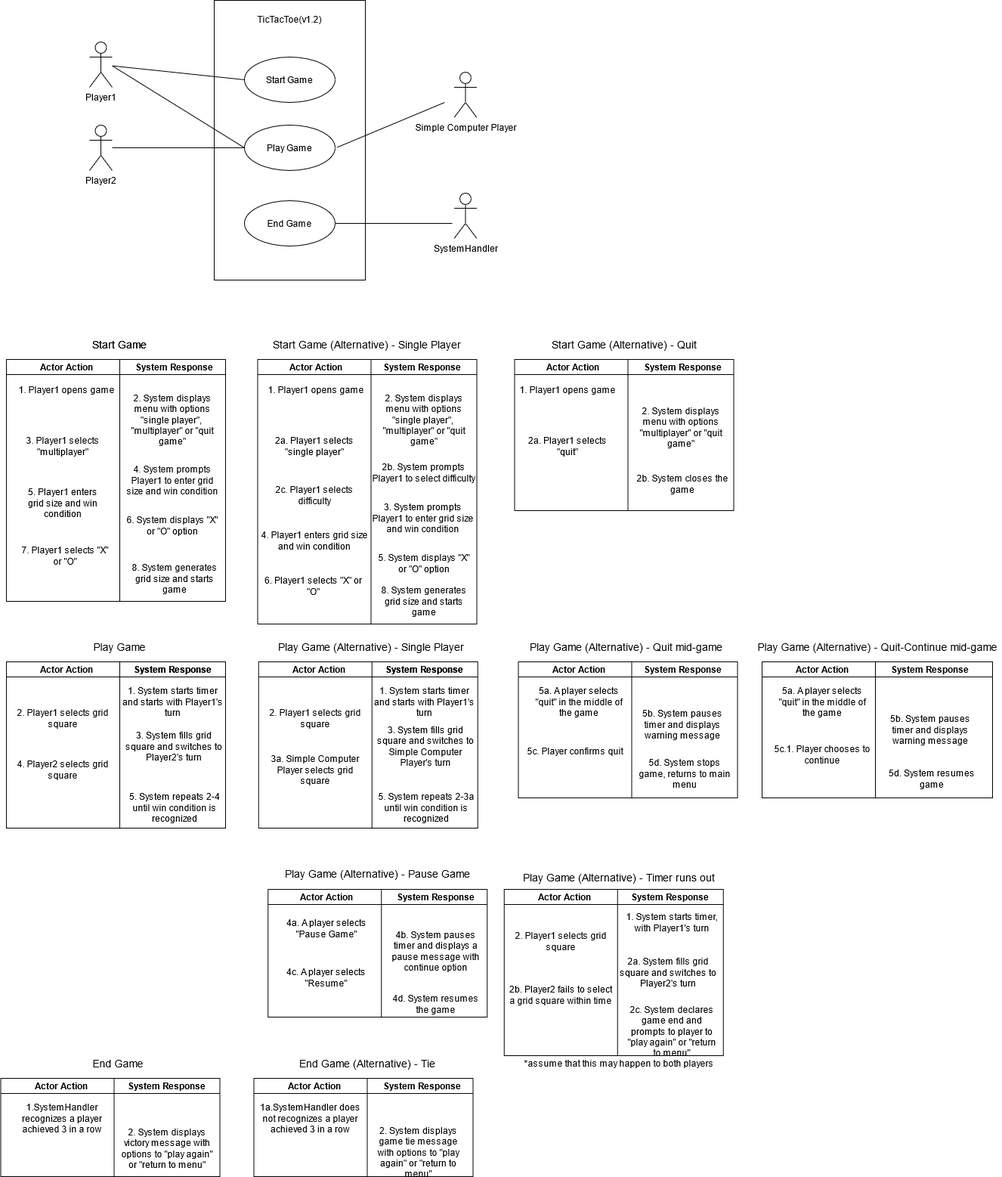
This is PA4/Diagrams/UseCaseDiagram.png from jeremiahbaclig/Software-Engineering, a draw.io export, as it was before one commit. Source tidied: cells renumbered, new cells last; positions are measured from the earlier drawing's top-left corner, leaving out a move shared by most shapes.
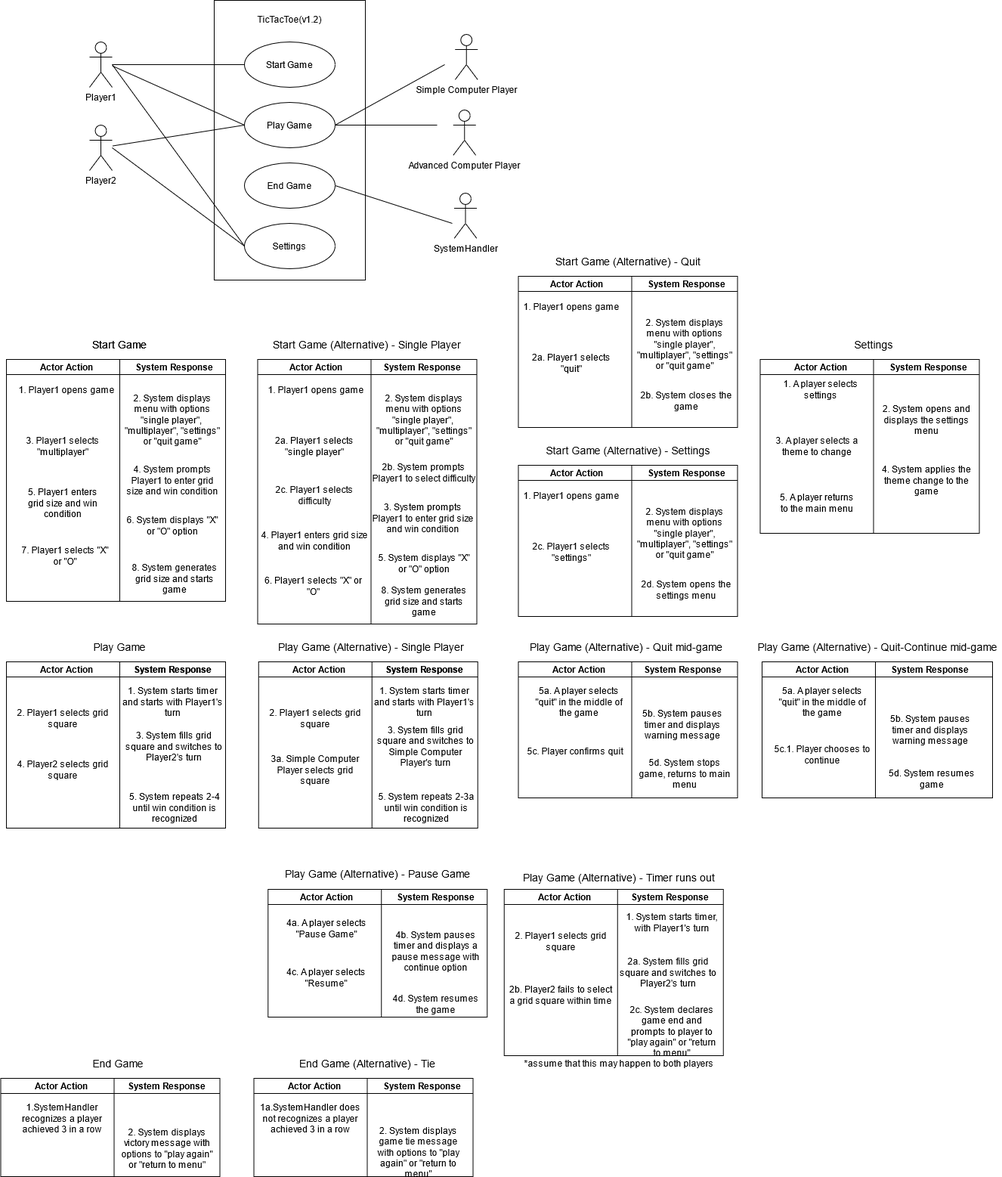
Later version of the same file.

Commit message:
updated sequence and use case diagrams

What changed in the source:
```diff
@@ -18,13 +18,13 @@
       <mxGeometry x="308" width="150" height="20" as="geometry" />
     </mxCell>
     <mxCell id="7" value="Start Game" style="ellipse;whiteSpace=wrap;html=1;" parent="1" vertex="1">
-      <mxGeometry x="323" y="60" width="120" height="60" as="geometry" />
+      <mxGeometry x="323" y="40" width="120" height="60" as="geometry" />
     </mxCell>
     <mxCell id="8" value="Play Game" style="ellipse;whiteSpace=wrap;html=1;" parent="1" vertex="1">
-      <mxGeometry x="323" y="150" width="120" height="60" as="geometry" />
+      <mxGeometry x="323" y="120" width="120" height="60" as="geometry" />
     </mxCell>
     <mxCell id="9" value="End Game" style="ellipse;whiteSpace=wrap;html=1;" parent="1" vertex="1">
-      <mxGeometry x="323" y="250" width="120" height="60" as="geometry" />
+      <mxGeometry x="323" y="200" width="120" height="60" as="geometry" />
     </mxCell>
     <mxCell id="10" style="endArrow=none;html=1;entryX=0;entryY=0.5;entryDx=0;entryDy=0;" parent="1" edge="1" source="2" target="7">
       <mxGeometry relative="1" as="geometry" />
@@ -54,7 +54,7 @@
     <mxCell id="17" value="1. Player1 opens game" style="text;html=1;strokeColor=none;fillColor=none;align=center;verticalAlign=middle;whiteSpace=wrap;rounded=0;" parent="1" vertex="1">
       <mxGeometry x="18" y="490" width="140" height="20" as="geometry" />
     </mxCell>
-    <mxCell id="18" value="2. System displays menu with options &quot;single player&quot;,&amp;nbsp; &quot;multiplayer&quot; or &quot;quit game&quot;" style="text;html=1;strokeColor=none;fillColor=none;align=center;verticalAlign=middle;whiteSpace=wrap;rounded=0;" parent="1" vertex="1">
+    <mxCell id="18" value="2. System displays menu with options &quot;single player&quot;,&amp;nbsp; &quot;multiplayer&quot;, &quot;settings&quot; or &quot;quit game&quot;" style="text;html=1;strokeColor=none;fillColor=none;align=center;verticalAlign=middle;whiteSpace=wrap;rounded=0;" parent="1" vertex="1">
       <mxGeometry x="163" y="500" width="130" height="80" as="geometry" />
     </mxCell>
     <mxCell id="19" value="3. Player1 selects &quot;multiplayer&quot;" style="text;html=1;strokeColor=none;fillColor=none;align=center;verticalAlign=middle;whiteSpace=wrap;rounded=0;" parent="1" vertex="1">
@@ -76,31 +76,31 @@
       <mxGeometry x="165.5" y="710" width="130" height="80" as="geometry" />
     </mxCell>
     <mxCell id="25" style="shape=internalStorage;whiteSpace=wrap;html=1;backgroundOutline=1;dx=150;dy=20;" parent="1" vertex="1">
-      <mxGeometry x="680.5" y="460" width="290" height="200" as="geometry" />
+      <mxGeometry x="685.5" y="350" width="290" height="200" as="geometry" />
     </mxCell>
     <mxCell id="26" value="&lt;b&gt;Actor Action&lt;/b&gt;" style="text;html=1;strokeColor=none;fillColor=none;align=center;verticalAlign=middle;whiteSpace=wrap;rounded=0;" parent="1" vertex="1">
-      <mxGeometry x="708" y="460" width="100" height="20" as="geometry" />
+      <mxGeometry x="713" y="350" width="100" height="20" as="geometry" />
     </mxCell>
     <mxCell id="27" value="&lt;b&gt;System Response&lt;/b&gt;" style="text;html=1;strokeColor=none;fillColor=none;align=center;verticalAlign=middle;whiteSpace=wrap;rounded=0;" parent="1" vertex="1">
-      <mxGeometry x="835.5" y="460" width="135" height="20" as="geometry" />
+      <mxGeometry x="840.5" y="350" width="135" height="20" as="geometry" />
     </mxCell>
     <mxCell id="28" value="&lt;font style=&quot;font-size: 14px&quot;&gt;Start Game&lt;/font&gt;" style="text;html=1;strokeColor=none;fillColor=none;align=center;verticalAlign=middle;whiteSpace=wrap;rounded=0;" parent="1" vertex="1">
       <mxGeometry x="108" y="430" width="100" height="20" as="geometry" />
     </mxCell>
     <mxCell id="29" value="&lt;font style=&quot;font-size: 14px&quot;&gt;Start G&lt;/font&gt;&lt;font style=&quot;font-size: 14px&quot;&gt;ame (Alternative) - Quit&lt;/font&gt; " style="text;html=1;strokeColor=none;fillColor=none;align=center;verticalAlign=middle;whiteSpace=wrap;rounded=0;" parent="1" vertex="1">
-      <mxGeometry x="725.5" y="430" width="200" height="20" as="geometry" />
+      <mxGeometry x="730.5" y="320" width="200" height="20" as="geometry" />
     </mxCell>
     <mxCell id="30" value="1. Player1 opens game" style="text;html=1;strokeColor=none;fillColor=none;align=center;verticalAlign=middle;whiteSpace=wrap;rounded=0;" parent="1" vertex="1">
-      <mxGeometry x="680.5" y="490" width="140" height="20" as="geometry" />
+      <mxGeometry x="685.5" y="380" width="140" height="20" as="geometry" />
     </mxCell>
-    <mxCell id="31" value="2. System displays menu with options &quot;multiplayer&quot; or &quot;quit game&quot;" style="text;html=1;strokeColor=none;fillColor=none;align=center;verticalAlign=middle;whiteSpace=wrap;rounded=0;" parent="1" vertex="1">
-      <mxGeometry x="835.5" y="510" width="130" height="80" as="geometry" />
+    <mxCell id="31" value="2. System displays menu with options &quot;single player&quot;, &quot;multiplayer&quot;, &quot;settings&quot; or &quot;quit game&quot;" style="text;html=1;strokeColor=none;fillColor=none;align=center;verticalAlign=middle;whiteSpace=wrap;rounded=0;" parent="1" vertex="1">
+      <mxGeometry x="840.5" y="400" width="130" height="80" as="geometry" />
     </mxCell>
     <mxCell id="32" value="2a. Player1 selects &quot;quit&quot;" style="text;html=1;strokeColor=none;fillColor=none;align=center;verticalAlign=middle;whiteSpace=wrap;rounded=0;" parent="1" vertex="1">
-      <mxGeometry x="685.5" y="550" width="130" height="50" as="geometry" />
+      <mxGeometry x="690.5" y="440" width="130" height="50" as="geometry" />
     </mxCell>
     <mxCell id="33" value="2b. System closes the game" style="text;html=1;strokeColor=none;fillColor=none;align=center;verticalAlign=middle;whiteSpace=wrap;rounded=0;" parent="1" vertex="1">
-      <mxGeometry x="838" y="600" width="130" height="50" as="geometry" />
+      <mxGeometry x="843" y="490" width="130" height="50" as="geometry" />
     </mxCell>
     <mxCell id="34" style="shape=internalStorage;whiteSpace=wrap;html=1;backgroundOutline=1;dx=150;dy=20;" parent="1" vertex="1">
       <mxGeometry x="8" y="860" width="290" height="220" as="geometry" />
@@ -274,12 +274,11 @@
       <mxGeometry x="649.2" y="1381" width="340" height="20" as="geometry" />
     </mxCell>
     <mxCell id="91" value="&lt;div&gt;Simple Computer Player&lt;/div&gt;&lt;div&gt;&lt;br&gt;&lt;/div&gt;" style="shape=umlActor;verticalLabelPosition=bottom;verticalAlign=top;html=1;" parent="1" vertex="1">
-      <mxGeometry x="600.5" y="80" width="30" height="60" as="geometry" />
+      <mxGeometry x="601.8" y="30" width="30" height="60" as="geometry" />
     </mxCell>
-    <mxCell id="92" style="endArrow=none;html=1;entryX=1;entryY=0.5;entryDx=0;entryDy=0;" parent="1" edge="1">
+    <mxCell id="92" style="endArrow=none;html=1;entryX=1;entryY=0.5;entryDx=0;entryDy=0;" parent="1" edge="1" target="8">
       <mxGeometry relative="1" as="geometry">
-        <mxPoint x="588" y="120" as="sourcePoint" />
-        <mxPoint x="445.5" y="179.5" as="targetPoint" />
+        <mxPoint x="588" y="70" as="sourcePoint" />
       </mxGeometry>
     </mxCell>
     <mxCell id="93" style="shape=internalStorage;whiteSpace=wrap;html=1;backgroundOutline=1;dx=150;dy=20;" parent="1" vertex="1">
@@ -297,7 +296,7 @@
     <mxCell id="97" value="1. Player1 opens game" style="text;html=1;strokeColor=none;fillColor=none;align=center;verticalAlign=middle;whiteSpace=wrap;rounded=0;" parent="1" vertex="1">
       <mxGeometry x="348" y="490" width="140" height="20" as="geometry" />
     </mxCell>
-    <mxCell id="98" value="2. System displays menu with options &quot;single player&quot;,&amp;nbsp; &quot;multiplayer&quot; or &quot;quit game&quot;" style="text;html=1;strokeColor=none;fillColor=none;align=center;verticalAlign=middle;whiteSpace=wrap;rounded=0;" parent="1" vertex="1">
+    <mxCell id="98" value="2. System displays menu with options &quot;single player&quot;,&amp;nbsp; &quot;multiplayer&quot;, &quot;settings&quot; or &quot;quit game&quot;" style="text;html=1;strokeColor=none;fillColor=none;align=center;verticalAlign=middle;whiteSpace=wrap;rounded=0;" parent="1" vertex="1">
       <mxGeometry x="495.5" y="500" width="130" height="80" as="geometry" />
     </mxCell>
     <mxCell id="99" value="2a. Player1 selects &quot;single player&quot;" style="text;html=1;strokeColor=none;fillColor=none;align=center;verticalAlign=middle;whiteSpace=wrap;rounded=0;" parent="1" vertex="1">
@@ -354,5 +353,77 @@
     <mxCell id="116" value="&lt;b&gt;System Response&lt;/b&gt;" style="text;html=1;strokeColor=none;fillColor=none;align=center;verticalAlign=middle;whiteSpace=wrap;rounded=0;" parent="1" vertex="1">
       <mxGeometry x="494.2" y="860" width="135" height="20" as="geometry" />
     </mxCell>
+    <mxCell id="117" value="&lt;div&gt;Settings&lt;/div&gt;" style="ellipse;whiteSpace=wrap;html=1;" parent="1" vertex="1">
+      <mxGeometry x="323" y="280" width="120" height="60" as="geometry" />
+    </mxCell>
+    <mxCell id="118" style="endArrow=none;html=1;entryX=0;entryY=0.5;entryDx=0;entryDy=0;" parent="1" edge="1" target="117">
+      <mxGeometry relative="1" as="geometry">
+        <mxPoint x="148" y="70" as="sourcePoint" />
+      </mxGeometry>
+    </mxCell>
+    <mxCell id="119" style="endArrow=none;html=1;entryX=0;entryY=0.5;entryDx=0;entryDy=0;" parent="1" edge="1" target="117">
+      <mxGeometry relative="1" as="geometry">
+        <mxPoint x="148" y="180" as="sourcePoint" />
+      </mxGeometry>
+    </mxCell>
+    <mxCell id="120" value="&lt;div&gt;Advanced Computer Player&lt;/div&gt;&lt;div&gt;&lt;br&gt;&lt;/div&gt;" style="shape=umlActor;verticalLabelPosition=bottom;verticalAlign=top;html=1;" parent="1" vertex="1">
+      <mxGeometry x="599.2" y="130" width="30" height="60" as="geometry" />
+    </mxCell>
+    <mxCell id="121" style="endArrow=none;html=1;entryX=1;entryY=0.5;entryDx=0;entryDy=0;" parent="1" edge="1" target="8">
+      <mxGeometry relative="1" as="geometry">
+        <mxPoint x="578" y="150" as="sourcePoint" />
+      </mxGeometry>
+    </mxCell>
+    <mxCell id="122" style="shape=internalStorage;whiteSpace=wrap;html=1;backgroundOutline=1;dx=150;dy=20;" parent="1" vertex="1">
+      <mxGeometry x="685.5" y="600" width="290" height="200" as="geometry" />
+    </mxCell>
+    <mxCell id="123" value="&lt;b&gt;Actor Action&lt;/b&gt;" style="text;html=1;strokeColor=none;fillColor=none;align=center;verticalAlign=middle;whiteSpace=wrap;rounded=0;" parent="1" vertex="1">
+      <mxGeometry x="713" y="600" width="100" height="20" as="geometry" />
+    </mxCell>
+    <mxCell id="124" value="&lt;b&gt;System Response&lt;/b&gt;" style="text;html=1;strokeColor=none;fillColor=none;align=center;verticalAlign=middle;whiteSpace=wrap;rounded=0;" parent="1" vertex="1">
+      <mxGeometry x="840.5" y="600" width="135" height="20" as="geometry" />
+    </mxCell>
+    <mxCell id="125" value="&lt;font style=&quot;font-size: 14px&quot;&gt;Start G&lt;/font&gt;&lt;font style=&quot;font-size: 14px&quot;&gt;ame (Alternative) - Settings&lt;/font&gt; " style="text;html=1;strokeColor=none;fillColor=none;align=center;verticalAlign=middle;whiteSpace=wrap;rounded=0;" parent="1" vertex="1">
+      <mxGeometry x="716.8" y="570" width="227.5" height="20" as="geometry" />
+    </mxCell>
+    <mxCell id="126" value="1. Player1 opens game" style="text;html=1;strokeColor=none;fillColor=none;align=center;verticalAlign=middle;whiteSpace=wrap;rounded=0;" parent="1" vertex="1">
+      <mxGeometry x="685.5" y="630" width="140" height="20" as="geometry" />
+    </mxCell>
+    <mxCell id="127" value="2. System displays menu with options &quot;single player&quot;, &quot;multiplayer&quot;, &quot;settings&quot; or &quot;quit game&quot;" style="text;html=1;strokeColor=none;fillColor=none;align=center;verticalAlign=middle;whiteSpace=wrap;rounded=0;" parent="1" vertex="1">
+      <mxGeometry x="840.5" y="650" width="130" height="80" as="geometry" />
+    </mxCell>
+    <mxCell id="128" value="2c. Player1 selects &quot;settings&quot;" style="text;html=1;strokeColor=none;fillColor=none;align=center;verticalAlign=middle;whiteSpace=wrap;rounded=0;" parent="1" vertex="1">
+      <mxGeometry x="690.5" y="690" width="130" height="50" as="geometry" />
+    </mxCell>
+    <mxCell id="129" value="2d. System opens the settings menu" style="text;html=1;strokeColor=none;fillColor=none;align=center;verticalAlign=middle;whiteSpace=wrap;rounded=0;" parent="1" vertex="1">
+      <mxGeometry x="843" y="740" width="130" height="50" as="geometry" />
+    </mxCell>
+    <mxCell id="130" style="shape=internalStorage;whiteSpace=wrap;html=1;backgroundOutline=1;dx=150;dy=20;" parent="1" vertex="1">
+      <mxGeometry x="1005.5" y="460" width="290" height="230" as="geometry" />
+    </mxCell>
+    <mxCell id="131" value="&lt;b&gt;Actor Action&lt;/b&gt;" style="text;html=1;strokeColor=none;fillColor=none;align=center;verticalAlign=middle;whiteSpace=wrap;rounded=0;" parent="1" vertex="1">
+      <mxGeometry x="1035.5" y="460" width="100" height="20" as="geometry" />
+    </mxCell>
+    <mxCell id="132" value="&lt;b&gt;System Response&lt;/b&gt;" style="text;html=1;strokeColor=none;fillColor=none;align=center;verticalAlign=middle;whiteSpace=wrap;rounded=0;" parent="1" vertex="1">
+      <mxGeometry x="1160.5" y="460" width="135" height="20" as="geometry" />
+    </mxCell>
+    <mxCell id="133" value="1. A player selects settings" style="text;html=1;strokeColor=none;fillColor=none;align=center;verticalAlign=middle;whiteSpace=wrap;rounded=0;" parent="1" vertex="1">
+      <mxGeometry x="1015.5" y="490" width="140" height="20" as="geometry" />
+    </mxCell>
+    <mxCell id="134" value="2. System opens and displays the settings menu" style="text;html=1;strokeColor=none;fillColor=none;align=center;verticalAlign=middle;whiteSpace=wrap;rounded=0;" parent="1" vertex="1">
+      <mxGeometry x="1160.5" y="500" width="130" height="80" as="geometry" />
+    </mxCell>
+    <mxCell id="135" value="3. A player selects a theme to change" style="text;html=1;strokeColor=none;fillColor=none;align=center;verticalAlign=middle;whiteSpace=wrap;rounded=0;" parent="1" vertex="1">
+      <mxGeometry x="1015.5" y="535" width="130" height="80" as="geometry" />
+    </mxCell>
+    <mxCell id="136" value="4. System applies the theme change to the game" style="text;html=1;strokeColor=none;fillColor=none;align=center;verticalAlign=middle;whiteSpace=wrap;rounded=0;" parent="1" vertex="1">
+      <mxGeometry x="1160.5" y="580" width="130" height="80" as="geometry" />
+    </mxCell>
+    <mxCell id="137" value="5. A player returns to the main menu" style="text;html=1;strokeColor=none;fillColor=none;align=center;verticalAlign=middle;whiteSpace=wrap;rounded=0;" parent="1" vertex="1">
+      <mxGeometry x="1026.8" y="610" width="107.5" height="80" as="geometry" />
+    </mxCell>
+    <mxCell id="138" value="&lt;font style=&quot;font-size: 14px&quot;&gt;Settings&lt;/font&gt;" style="text;html=1;strokeColor=none;fillColor=none;align=center;verticalAlign=middle;whiteSpace=wrap;rounded=0;" parent="1" vertex="1">
+      <mxGeometry x="1105.5" y="430" width="100" height="20" as="geometry" />
+    </mxCell>
   </root>
 </mxGraphModel>
```
